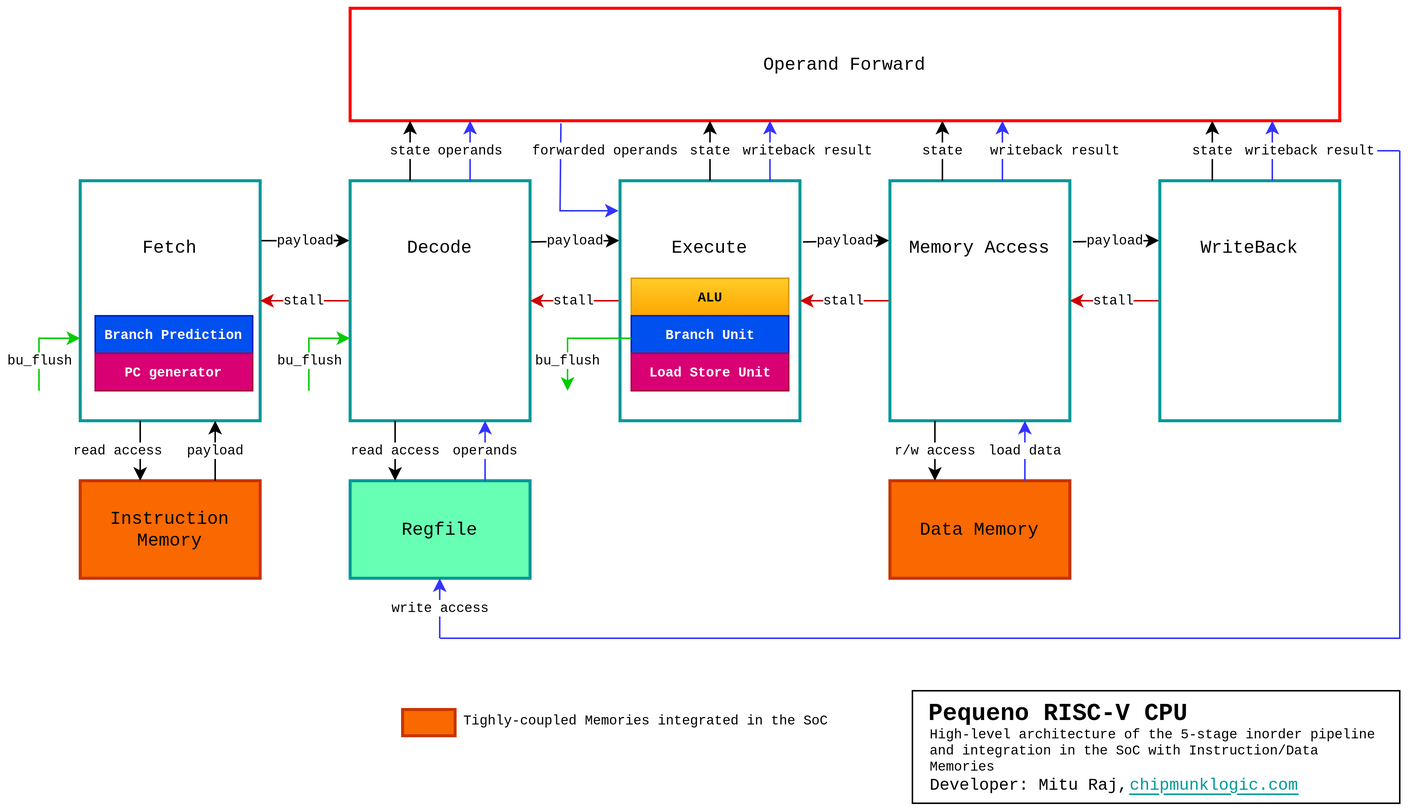
Earlier version of the draw.io export doc/misc/pequeno_block_diagram.png (iammituraj/pequeno_riscv). Source tidied: cells renumbered, new cells last; positions are measured from the earlier drawing's top-left corner, leaving out a move shared by most shapes.
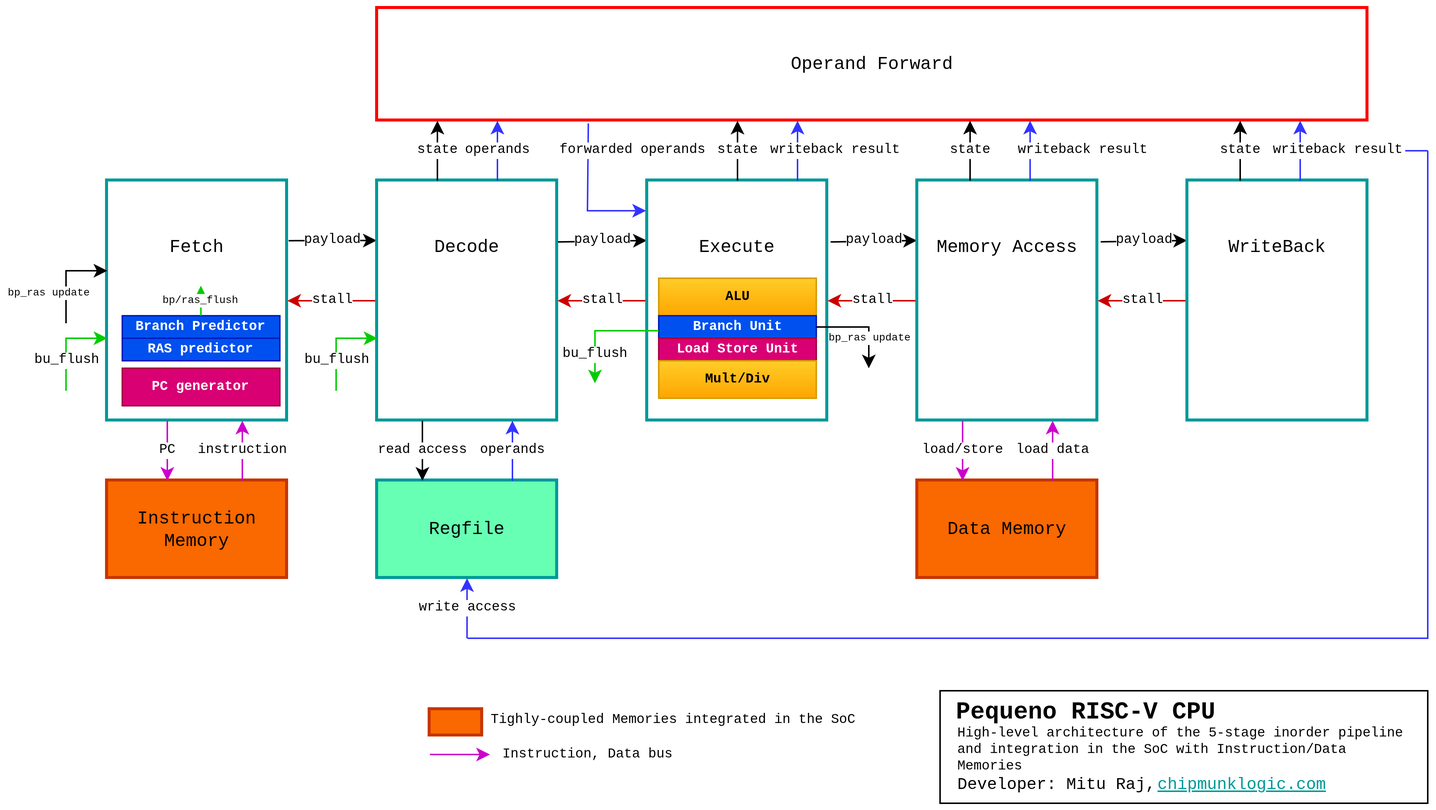
After the change.

Change to the diagram source:
```diff
@@ -5,8 +5,8 @@
     <mxCell id="2" style="rounded=0;whiteSpace=wrap;html=1;fillColor=#FFFFFF;strokeColor=#009999;strokeWidth=2;" parent="1" vertex="1">
       <mxGeometry x="28" y="115" width="120" height="160" as="geometry" />
     </mxCell>
-    <mxCell id="3" value="Branch Prediction" style="rounded=0;whiteSpace=wrap;html=1;fontSize=9;fillColor=#0050ef;fontColor=#ffffff;strokeColor=#001DBC;fontFamily=Courier New;fontStyle=1;" parent="1" vertex="1">
-      <mxGeometry x="38" y="205" width="105" height="25" as="geometry" />
+    <mxCell id="3" value="Branch Predictor" style="rounded=0;whiteSpace=wrap;html=1;fontSize=9;fillColor=#0050ef;fontColor=#ffffff;strokeColor=#001DBC;fontFamily=Courier New;fontStyle=1;" parent="1" vertex="1">
+      <mxGeometry x="38" y="205" width="105" height="15" as="geometry" />
     </mxCell>
     <mxCell id="4" value="Fetch" style="text;html=1;align=center;verticalAlign=middle;whiteSpace=wrap;rounded=0;fontStyle=0;fontFamily=Courier New;" parent="1" vertex="1">
       <mxGeometry x="28" y="145" width="120" height="30" as="geometry" />
@@ -80,10 +80,10 @@
       <mxGeometry x="395.5" y="180" width="105" height="25" as="geometry" />
     </mxCell>
     <mxCell id="21" value="Branch Unit" style="rounded=0;whiteSpace=wrap;html=1;fontSize=9;fillColor=#0050ef;fontColor=#ffffff;strokeColor=#001DBC;fontFamily=Courier New;fontStyle=1;" parent="1" vertex="1">
-      <mxGeometry x="395.5" y="205" width="105" height="25" as="geometry" />
+      <mxGeometry x="395.5" y="205" width="105" height="15" as="geometry" />
     </mxCell>
     <mxCell id="22" value="Load Store Unit" style="rounded=0;whiteSpace=wrap;html=1;fontSize=9;fillColor=#d80073;strokeColor=#A50040;fontFamily=Courier New;fontStyle=1;fontColor=#ffffff;" parent="1" vertex="1">
-      <mxGeometry x="395.5" y="230" width="105" height="25" as="geometry" />
+      <mxGeometry x="395.5" y="220" width="105" height="15" as="geometry" />
     </mxCell>
     <mxCell id="23" value="Operand Forward" style="text;html=1;align=center;verticalAlign=middle;whiteSpace=wrap;rounded=0;fontStyle=0;fontFamily=Courier New;" parent="1" vertex="1">
       <mxGeometry x="478" y="22.5" width="120" height="30" as="geometry" />
@@ -104,7 +104,7 @@
       <mxGeometry x="748" y="145" width="120" height="30" as="geometry" />
     </mxCell>
     <mxCell id="29" value="PC generator" style="rounded=0;whiteSpace=wrap;html=1;fontSize=9;fillColor=#d80073;strokeColor=#A50040;fontFamily=Courier New;fontStyle=1;fontColor=#ffffff;" parent="1" vertex="1">
-      <mxGeometry x="38" y="230" width="105" height="25" as="geometry" />
+      <mxGeometry x="38" y="240" width="105" height="25" as="geometry" />
     </mxCell>
     <mxCell id="30" value="read access" style="endArrow=classic;html=1;rounded=0;fontSize=9;fontFamily=Courier New;" parent="1" edge="1">
       <mxGeometry relative="1" as="geometry">
@@ -174,25 +174,25 @@
         <mxPoint x="823" y="75" as="targetPoint" />
       </mxGeometry>
     </mxCell>
-    <mxCell id="41" value="read access" style="endArrow=classic;html=1;rounded=0;fontSize=9;fontFamily=Courier New;" parent="1" edge="1">
-      <mxGeometry y="-15" relative="1" as="geometry">
+    <mxCell id="41" value="PC" style="endArrow=classic;html=1;rounded=0;fontSize=9;fontFamily=Courier New;strokeColor=#CC00CC;" parent="1" edge="1">
+      <mxGeometry relative="1" as="geometry">
         <mxPoint x="68" y="275" as="sourcePoint" />
         <mxPoint x="68" y="315" as="targetPoint" />
       </mxGeometry>
     </mxCell>
-    <mxCell id="42" value="payload" style="endArrow=classic;html=1;rounded=0;fontSize=9;fontFamily=Courier New;strokeColor=#000000;" parent="1" edge="1">
+    <mxCell id="42" value="instruction" style="endArrow=classic;html=1;rounded=0;fontSize=9;fontFamily=Courier New;strokeColor=#CC00CC;" parent="1" edge="1">
       <mxGeometry relative="1" as="geometry">
         <mxPoint x="118" y="315" as="sourcePoint" />
         <mxPoint x="118" y="275" as="targetPoint" />
       </mxGeometry>
     </mxCell>
-    <mxCell id="43" value="r/w access" style="endArrow=classic;html=1;rounded=0;fontSize=9;fontFamily=Courier New;" parent="1" edge="1">
+    <mxCell id="43" value="load/store" style="endArrow=classic;html=1;rounded=0;fontSize=9;fontFamily=Courier New;strokeColor=#CC00CC;" parent="1" edge="1">
       <mxGeometry relative="1" as="geometry">
         <mxPoint x="598" y="275" as="sourcePoint" />
         <mxPoint x="598" y="315" as="targetPoint" />
       </mxGeometry>
     </mxCell>
-    <mxCell id="44" value="load data" style="endArrow=classic;html=1;rounded=0;fontSize=9;fontFamily=Courier New;strokeColor=#3333FF;" parent="1" edge="1">
+    <mxCell id="44" value="load data" style="endArrow=classic;html=1;rounded=0;fontSize=9;fontFamily=Courier New;strokeColor=#CC00CC;" parent="1" edge="1">
       <mxGeometry relative="1" as="geometry">
         <mxPoint x="658" y="315" as="sourcePoint" />
         <mxPoint x="658" y="275" as="targetPoint" />
@@ -236,10 +236,10 @@
     </mxCell>
     <mxCell id="53" value="bu_flush" style="endArrow=classic;html=1;rounded=0;strokeColor=#00CC00;fontSize=9;fontFamily=Courier New;" parent="1" edge="1">
       <mxGeometry x="0.48" relative="1" as="geometry">
-        <mxPoint x="395.5" y="220" as="sourcePoint" />
-        <mxPoint x="353" y="255" as="targetPoint" />
+        <mxPoint x="395.5" y="215" as="sourcePoint" />
+        <mxPoint x="353" y="250" as="targetPoint" />
         <Array as="points">
-          <mxPoint x="353" y="220" />
+          <mxPoint x="353" y="215" />
         </Array>
       </mxGeometry>
     </mxCell>
@@ -269,5 +269,44 @@
     <mxCell id="57" value="Tighly-coupled Memories integrated in the SoC" style="text;html=1;align=center;verticalAlign=middle;whiteSpace=wrap;rounded=0;fontSize=9;fontFamily=Courier New;" parent="1" vertex="1">
       <mxGeometry x="268" y="460" width="275" height="30" as="geometry" />
     </mxCell>
+    <mxCell id="58" value="Mult/Div" style="rounded=0;whiteSpace=wrap;html=1;fontSize=9;fillColor=#ffcd28;strokeColor=#d79b00;fontFamily=Courier New;fontStyle=1;gradientColor=#ffa500;" parent="1" vertex="1">
+      <mxGeometry x="395.5" y="235" width="105" height="25" as="geometry" />
+    </mxCell>
+    <mxCell id="59" value="RAS predictor" style="rounded=0;whiteSpace=wrap;html=1;fontSize=9;fillColor=#0050ef;fontColor=#ffffff;strokeColor=#001DBC;fontFamily=Courier New;fontStyle=1;" parent="1" vertex="1">
+      <mxGeometry x="38" y="220" width="105" height="15" as="geometry" />
+    </mxCell>
+    <mxCell id="60" value="bp/ras_flush" style="endArrow=classic;html=1;rounded=0;strokeColor=#00CC00;fontSize=7;fontFamily=Courier New;" parent="1" edge="1">
+      <mxGeometry relative="1" as="geometry">
+        <mxPoint x="90.4" y="205" as="sourcePoint" />
+        <mxPoint x="90.4" y="185" as="targetPoint" />
+      </mxGeometry>
+    </mxCell>
+    <mxCell id="61" value="bp_ras update" style="endArrow=classic;html=1;rounded=0;strokeColor=#000000;fontSize=7;fontFamily=Courier New;" parent="1" edge="1">
+      <mxGeometry x="-0.36" y="12" relative="1" as="geometry">
+        <mxPoint x="0.5" y="210" as="sourcePoint" />
+        <mxPoint x="28" y="175" as="targetPoint" />
+        <Array as="points">
+          <mxPoint x="0.5" y="210" />
+          <mxPoint x="0.5" y="175" />
+        </Array>
+      </mxGeometry>
+    </mxCell>
+    <mxCell id="62" value="bp_ras update" style="endArrow=classic;html=1;rounded=0;strokeColor=#000000;fontSize=7;fontFamily=Courier New;" parent="1" edge="1">
+      <mxGeometry x="0.36" relative="1" as="geometry">
+        <mxPoint x="500.5" y="212.5" as="sourcePoint" />
+        <mxPoint x="535.5" y="240" as="targetPoint" />
+        <Array as="points">
+          <mxPoint x="500.5" y="212.5" />
+          <mxPoint x="535.5" y="212.5" />
+        </Array>
+      </mxGeometry>
+    </mxCell>
+    <mxCell id="63" value="Instruction, Data bus" style="endArrow=classic;html=1;rounded=0;fontSize=9;fontFamily=Courier New;strokeColor=#CC00CC;" parent="1" edge="1">
+      <mxGeometry x="1" y="65" relative="1" as="geometry">
+        <mxPoint x="243" y="497.5" as="sourcePoint" />
+        <mxPoint x="283" y="497.5" as="targetPoint" />
+        <mxPoint x="65" y="65" as="offset" />
+      </mxGeometry>
+    </mxCell>
   </root>
 </mxGraphModel>
```
